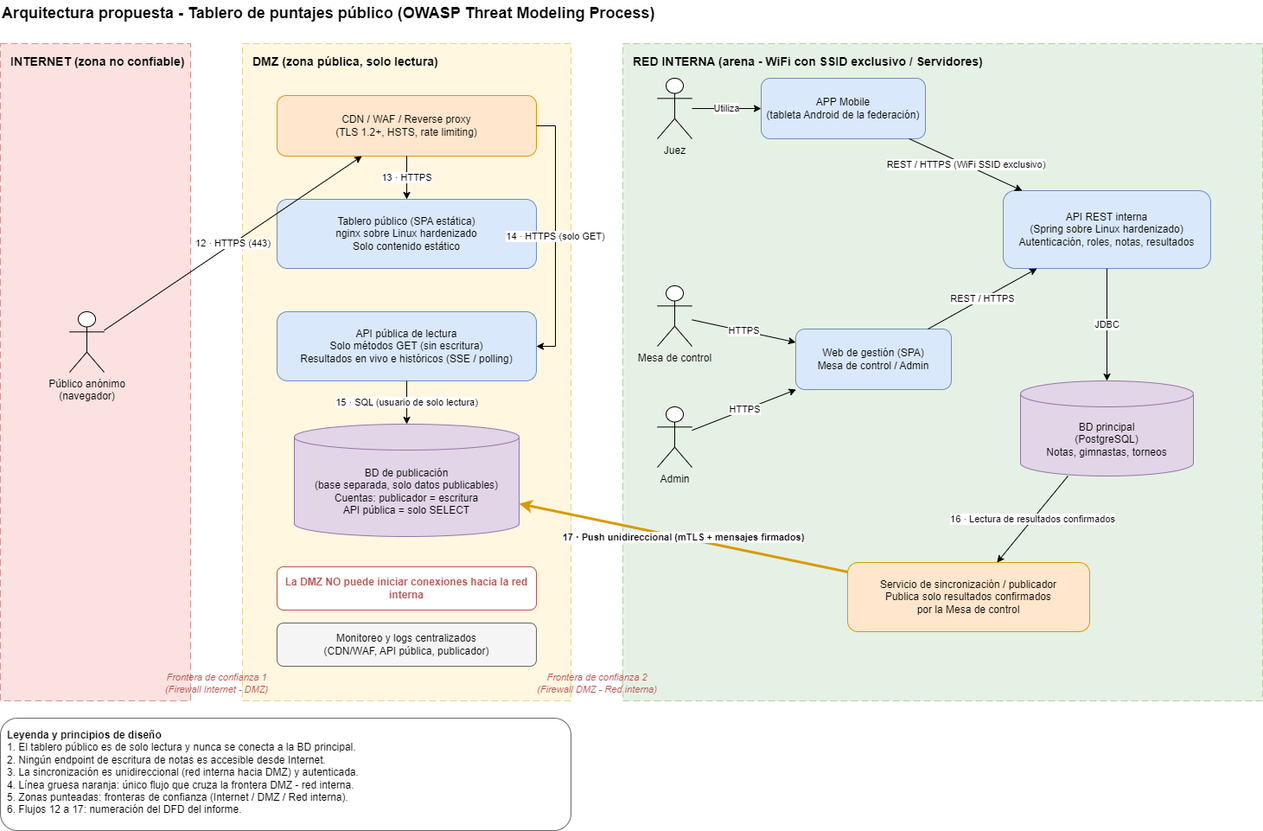
Before: images/diagrama_arquitectura_tablero_publico.png, a diagram exported from draw.io (valentina-blanco/practico5-dssw). Source tidied: cells renumbered, new cells last; positions are measured from the earlier drawing's top-left corner, leaving out a move shared by most shapes.
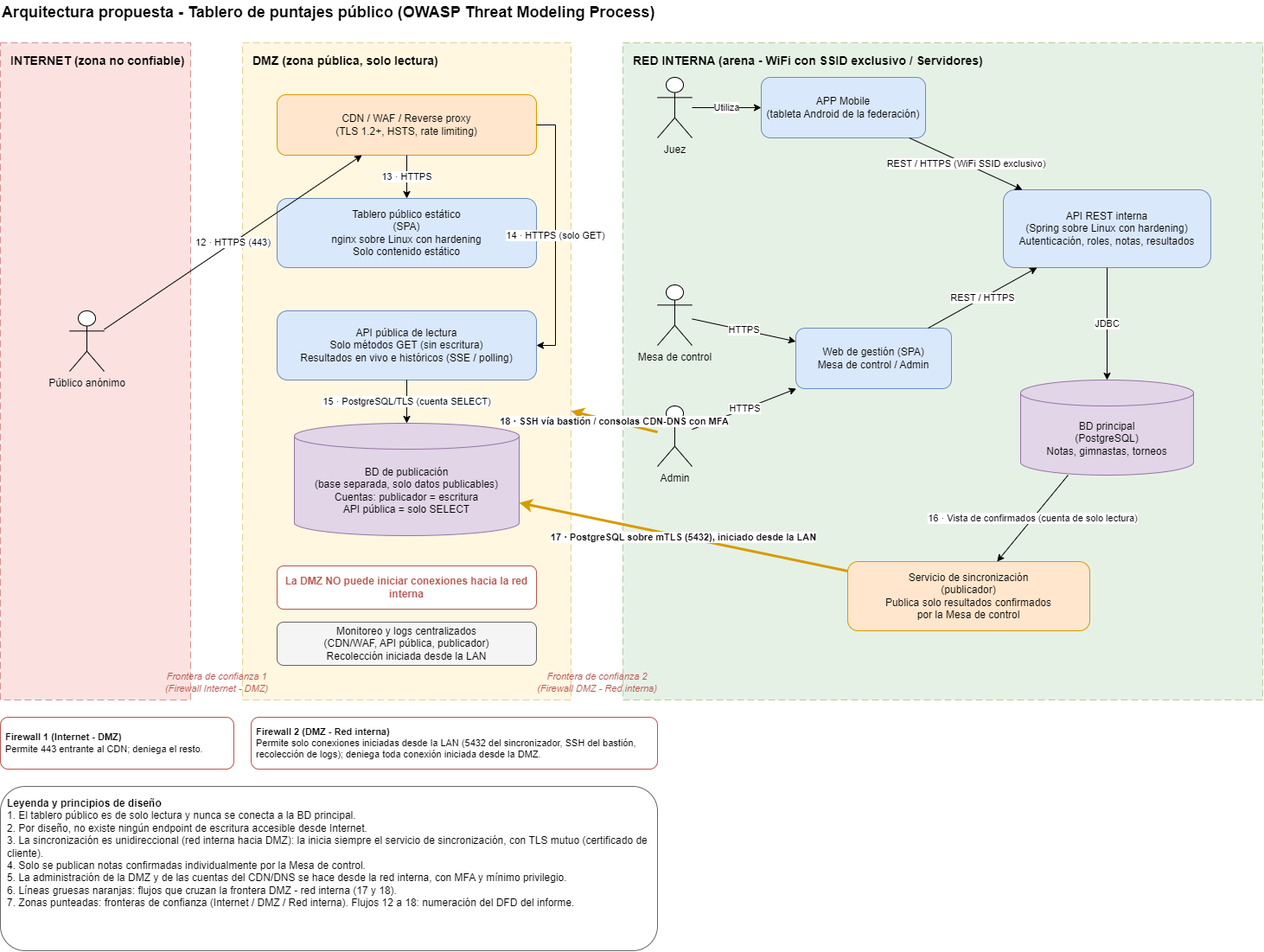
After the change.

Commit message:
cambios en el diagrama de arquitectura

Change to the diagram source:
```diff
@@ -20,13 +20,13 @@
     <mxCell id="7" value="Frontera de confianza 2&lt;br&gt;(Firewall DMZ - Red interna)" style="text;html=1;strokeColor=none;fillColor=none;align=center;verticalAlign=middle;fontSize=11;fontColor=#b85450;fontStyle=2;" parent="1" vertex="1">
       <mxGeometry x="645" y="770" width="90" height="40" as="geometry" />
     </mxCell>
-    <mxCell id="8" value="Público anónimo&lt;br&gt;(navegador)" style="shape=umlActor;verticalLabelPosition=bottom;verticalAlign=top;html=1;outlineConnect=0;fontSize=12;" parent="1" vertex="1">
+    <mxCell id="8" value="Público anónimo" style="shape=umlActor;verticalLabelPosition=bottom;verticalAlign=top;html=1;outlineConnect=0;fontSize=12;" parent="1" vertex="1">
       <mxGeometry x="80" y="360" width="40" height="70" as="geometry" />
     </mxCell>
     <mxCell id="9" value="CDN / WAF / Reverse proxy&lt;br&gt;(TLS 1.2+, HSTS, rate limiting)" style="rounded=1;whiteSpace=wrap;html=1;fillColor=#ffe6cc;strokeColor=#d79b00;fontSize=12;" parent="1" vertex="1">
       <mxGeometry x="320" y="110" width="300" height="70" as="geometry" />
     </mxCell>
-    <mxCell id="10" value="Tablero público (SPA estática)&lt;br&gt;nginx sobre Linux hardenizado&lt;br&gt;Solo contenido estático" style="rounded=1;whiteSpace=wrap;html=1;fillColor=#dae8fc;strokeColor=#6c8ebf;fontSize=12;" parent="1" vertex="1">
+    <mxCell id="10" value="Tablero público estático&lt;br&gt;(SPA)&lt;br&gt;nginx sobre Linux con hardening&lt;br&gt;Solo contenido estático" style="rounded=1;whiteSpace=wrap;html=1;fillColor=#dae8fc;strokeColor=#6c8ebf;fontSize=12;" parent="1" vertex="1">
       <mxGeometry x="320" y="230" width="300" height="80" as="geometry" />
     </mxCell>
     <mxCell id="11" value="API pública de lectura&lt;br&gt;Solo métodos GET (sin escritura)&lt;br&gt;Resultados en vivo e históricos (SSE / polling)" style="rounded=1;whiteSpace=wrap;html=1;fillColor=#dae8fc;strokeColor=#6c8ebf;fontSize=12;" parent="1" vertex="1">
@@ -38,7 +38,7 @@
     <mxCell id="13" value="La DMZ NO puede iniciar conexiones hacia la red interna" style="text;html=1;strokeColor=#b85450;fillColor=#ffffff;align=center;verticalAlign=middle;fontSize=12;fontColor=#b85450;fontStyle=1;whiteSpace=wrap;rounded=1;" parent="1" vertex="1">
       <mxGeometry x="320" y="655" width="300" height="50" as="geometry" />
     </mxCell>
-    <mxCell id="14" value="Monitoreo y logs centralizados&lt;br&gt;(CDN/WAF, API pública, publicador)" style="rounded=1;whiteSpace=wrap;html=1;fillColor=#f5f5f5;strokeColor=#666666;fontSize=12;" parent="1" vertex="1">
+    <mxCell id="14" value="Monitoreo y logs centralizados&lt;br&gt;(CDN/WAF, API pública, publicador)&lt;br&gt;Recolección iniciada desde la LAN" style="rounded=1;whiteSpace=wrap;html=1;fillColor=#f5f5f5;strokeColor=#666666;fontSize=12;" parent="1" vertex="1">
       <mxGeometry x="320" y="720" width="300" height="50" as="geometry" />
     </mxCell>
     <mxCell id="15" value="Juez" style="shape=umlActor;verticalLabelPosition=bottom;verticalAlign=top;html=1;outlineConnect=0;fontSize=12;" parent="1" vertex="1">
@@ -56,13 +56,13 @@
     <mxCell id="19" value="Web de gestión (SPA)&lt;br&gt;Mesa de control / Admin" style="rounded=1;whiteSpace=wrap;html=1;fillColor=#dae8fc;strokeColor=#6c8ebf;fontSize=12;" parent="1" vertex="1">
       <mxGeometry x="920" y="380" width="180" height="70" as="geometry" />
     </mxCell>
-    <mxCell id="20" value="API REST interna&lt;br&gt;(Spring sobre Linux hardenizado)&lt;br&gt;Autenticación, roles, notas, resultados" style="rounded=1;whiteSpace=wrap;html=1;fillColor=#dae8fc;strokeColor=#6c8ebf;fontSize=12;" parent="1" vertex="1">
+    <mxCell id="20" value="API REST interna&lt;br&gt;(Spring sobre Linux con hardening)&lt;br&gt;Autenticación, roles, notas, resultados" style="rounded=1;whiteSpace=wrap;html=1;fillColor=#dae8fc;strokeColor=#6c8ebf;fontSize=12;" parent="1" vertex="1">
       <mxGeometry x="1160" y="220" width="240" height="90" as="geometry" />
     </mxCell>
     <mxCell id="21" value="BD principal&lt;br&gt;(PostgreSQL)&lt;br&gt;Notas, gimnastas, torneos" style="shape=cylinder3;whiteSpace=wrap;html=1;boundedLbl=1;backgroundOutline=1;size=15;fillColor=#e1d5e7;strokeColor=#9673a6;fontSize=12;" parent="1" vertex="1">
       <mxGeometry x="1180" y="440" width="200" height="110" as="geometry" />
     </mxCell>
-    <mxCell id="22" value="Servicio de sincronización / publicador&lt;br&gt;Publica solo resultados confirmados&lt;br&gt;por la Mesa de control" style="rounded=1;whiteSpace=wrap;html=1;fillColor=#ffe6cc;strokeColor=#d79b00;fontSize=12;" parent="1" vertex="1">
+    <mxCell id="22" value="Servicio de sincronización&lt;br&gt;(publicador)&lt;br&gt;Publica solo resultados confirmados&lt;br&gt;por la Mesa de control" style="rounded=1;whiteSpace=wrap;html=1;fillColor=#ffe6cc;strokeColor=#d79b00;fontSize=12;" parent="1" vertex="1">
       <mxGeometry x="980" y="650" width="280" height="80" as="geometry" />
     </mxCell>
     <mxCell id="23" value="12 · HTTPS (443)" style="endArrow=classic;html=1;rounded=0;fontSize=11;" parent="1" edge="1" source="8" target="9">
@@ -79,7 +79,7 @@
         </Array>
       </mxGeometry>
     </mxCell>
-    <mxCell id="26" value="15 · SQL (usuario de solo lectura)" style="endArrow=classic;html=1;rounded=0;fontSize=11;" parent="1" edge="1" source="11" target="12">
+    <mxCell id="26" value="15 · PostgreSQL/TLS (cuenta SELECT)" style="endArrow=classic;html=1;rounded=0;fontSize=11;" parent="1" edge="1" source="11" target="12">
       <mxGeometry relative="1" as="geometry" />
     </mxCell>
     <mxCell id="27" value="Utiliza" style="endArrow=classic;html=1;rounded=0;fontSize=11;" parent="1" edge="1" source="15" target="16">
@@ -100,14 +100,23 @@
     <mxCell id="32" value="JDBC" style="endArrow=classic;html=1;rounded=0;fontSize=11;" parent="1" edge="1" source="20" target="21">
       <mxGeometry relative="1" as="geometry" />
     </mxCell>
-    <mxCell id="33" value="16 · Lectura de resultados confirmados" style="endArrow=classic;html=1;rounded=0;fontSize=11;" parent="1" edge="1" source="21" target="22">
+    <mxCell id="33" value="16 · Vista de confirmados (cuenta de solo lectura)" style="endArrow=classic;html=1;rounded=0;fontSize=11;" parent="1" edge="1" source="21" target="22">
       <mxGeometry relative="1" as="geometry" />
     </mxCell>
-    <mxCell id="34" value="17 · Push unidireccional (mTLS + mensajes firmados)" style="endArrow=classic;html=1;rounded=0;fontSize=11;strokeWidth=3;strokeColor=#d79b00;fontStyle=1;" parent="1" edge="1" source="22" target="12">
+    <mxCell id="34" value="17 · PostgreSQL sobre mTLS (5432), iniciado desde la LAN" style="endArrow=classic;html=1;rounded=0;fontSize=11;strokeWidth=3;strokeColor=#d79b00;fontStyle=1;" parent="1" edge="1" source="22" target="12">
       <mxGeometry relative="1" as="geometry" />
     </mxCell>
-    <mxCell id="35" value="&lt;b&gt;Leyenda y principios de diseño&lt;/b&gt;&lt;br&gt;1. El tablero público es de solo lectura y nunca se conecta a la BD principal.&lt;br&gt;2. Ningún endpoint de escritura de notas es accesible desde Internet.&lt;br&gt;3. La sincronización es unidireccional (red interna hacia DMZ) y autenticada.&lt;br&gt;4. Línea gruesa naranja: único flujo que cruza la frontera DMZ - red interna.&lt;br&gt;5. Zonas punteadas: fronteras de confianza (Internet / DMZ / Red interna).&lt;br&gt;6. Flujos 12 a 17: numeración del DFD del informe." style="text;html=1;strokeColor=#666666;fillColor=#ffffff;align=left;verticalAlign=top;whiteSpace=wrap;fontSize=12;spacing=8;rounded=1;" parent="1" vertex="1">
-      <mxGeometry y="830" width="660" height="130" as="geometry" />
+    <mxCell id="35" value="&lt;b&gt;Leyenda y principios de diseño&lt;/b&gt;&lt;br&gt;1. El tablero público es de solo lectura y nunca se conecta a la BD principal.&lt;br&gt;2. Por diseño, no existe ningún endpoint de escritura accesible desde Internet.&lt;br&gt;3. La sincronización es unidireccional (red interna hacia DMZ): la inicia siempre el servicio de sincronización, con TLS mutuo (certificado de cliente).&lt;br&gt;4. Solo se publican notas confirmadas individualmente por la Mesa de control.&lt;br&gt;5. La administración de la DMZ y de las cuentas del CDN/DNS se hace desde la red interna, con MFA y mínimo privilegio.&lt;br&gt;6. Líneas gruesas naranjas: flujos que cruzan la frontera DMZ - red interna (17 y 18).&lt;br&gt;7. Zonas punteadas: fronteras de confianza (Internet / DMZ / Red interna). Flujos 12 a 18: numeración del DFD del informe." style="text;html=1;strokeColor=#666666;fillColor=#ffffff;align=left;verticalAlign=top;whiteSpace=wrap;fontSize=12;spacing=8;rounded=1;" parent="1" vertex="1">
+      <mxGeometry y="910" width="760" height="190" as="geometry" />
     </mxCell>
+    <mxCell id="36" value="&lt;b&gt;Firewall 1 (Internet - DMZ)&lt;/b&gt;&lt;br&gt;Permite 443 entrante al CDN; deniega el resto." style="text;html=1;strokeColor=#b85450;fillColor=#ffffff;align=left;verticalAlign=middle;whiteSpace=wrap;fontSize=11;spacing=6;rounded=1;" parent="1" vertex="1">
+      <mxGeometry y="830" width="270" height="60" as="geometry" />
+    </mxCell>
+    <mxCell id="37" value="&lt;b&gt;Firewall 2 (DMZ - Red interna)&lt;/b&gt;&lt;br&gt;Permite solo conexiones iniciadas desde la LAN (5432 del sincronizador, SSH del bastión, recolección de logs); deniega toda conexión iniciada desde la DMZ." style="text;html=1;strokeColor=#b85450;fillColor=#ffffff;align=left;verticalAlign=middle;whiteSpace=wrap;fontSize=11;spacing=6;rounded=1;" parent="1" vertex="1">
+      <mxGeometry x="290" y="830" width="470" height="60" as="geometry" />
+    </mxCell>
+    <mxCell id="38" value="18 · SSH vía bastión / consolas CDN-DNS con MFA" style="endArrow=classic;html=1;rounded=0;fontSize=11;strokeWidth=3;strokeColor=#d79b00;fontStyle=1;" parent="1" edge="1" source="18" target="4">
+      <mxGeometry relative="1" as="geometry" />
+    </mxCell>
   </root>
 </mxGraphModel>
```
